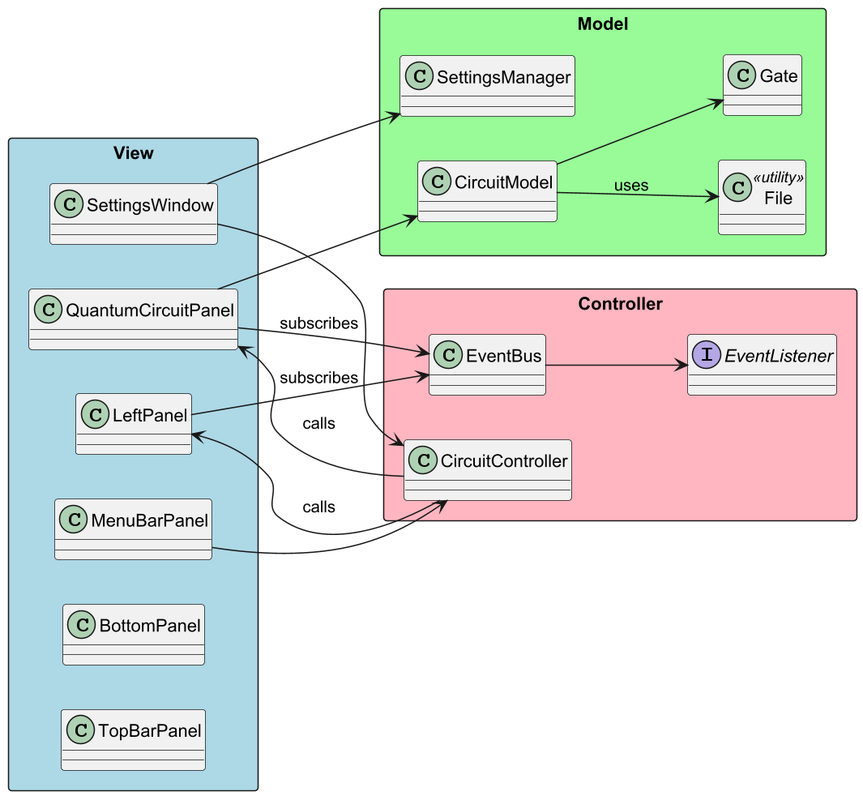
Before: a3_uml/UML.png, a diagram exported from PlantUML (jSubbz/QCS). Source of this version:
```plantuml
@startuml
skinparam dpi 150
skinparam ArrowLinetype ortho
left to right direction

rectangle "View" #ADD8E6 {
  class QuantumCircuitPanel
  class LeftPanel
  class SettingsWindow
  class MenuBarPanel
  class BottomPanel
  class TopBarPanel
}

rectangle "Model" #98FB98 {
  class CircuitModel
  class Gate
  class SettingsManager
  class File <<utility>>
}

rectangle "Controller" #FFB6C1 {
  class CircuitController
  class EventBus
  interface EventListener
}

QuantumCircuitPanel --> EventBus : subscribes
LeftPanel --> EventBus : subscribes
SettingsWindow --> SettingsManager
QuantumCircuitPanel --> CircuitModel
CircuitModel --> Gate
CircuitModel --> File : uses
CircuitController --> QuantumCircuitPanel : calls
CircuitController --> LeftPanel : calls
MenuBarPanel --> CircuitController
SettingsWindow --> CircuitController
EventBus --> EventListener

@enduml
```
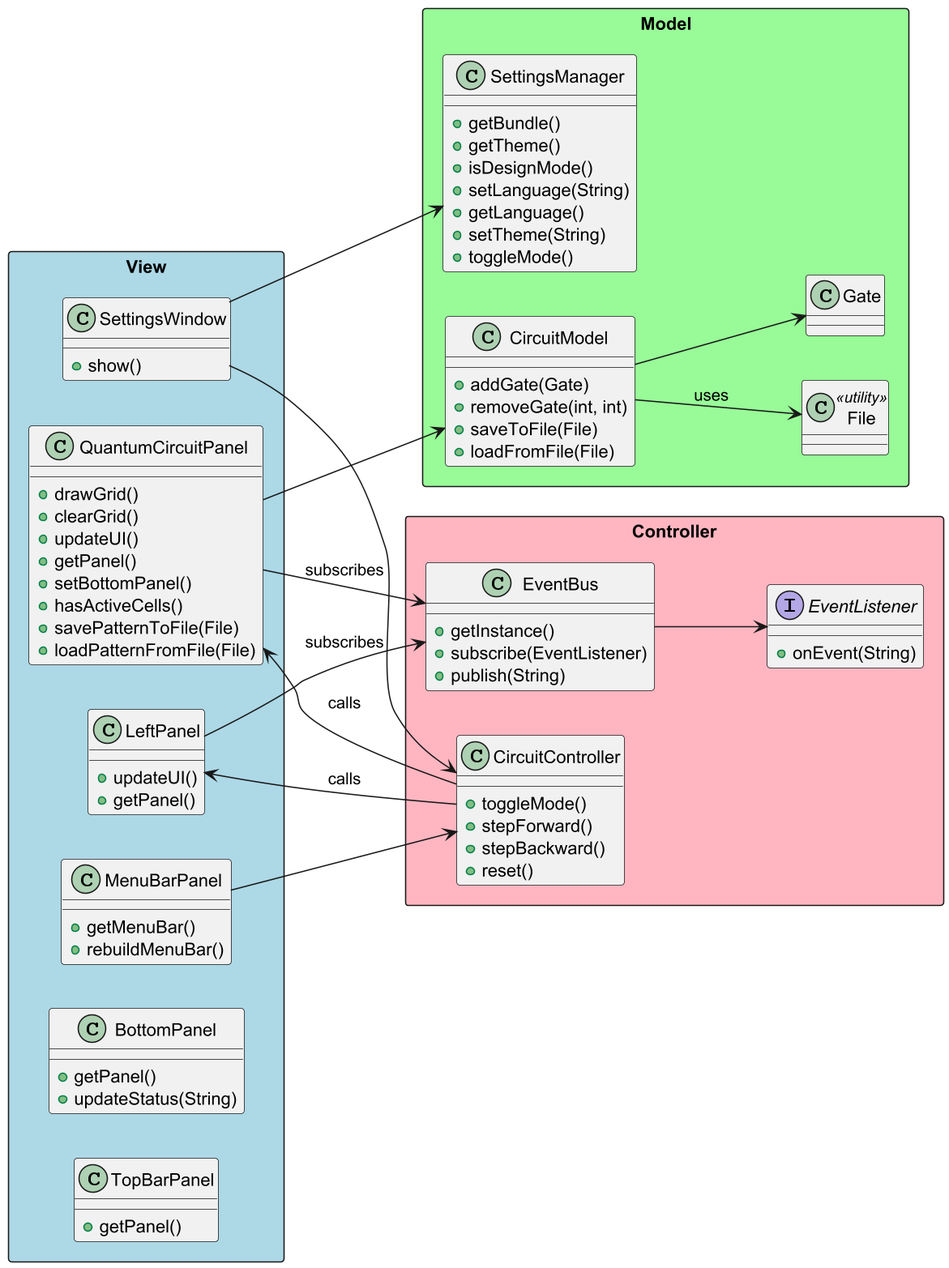
The same file after the commit.

Diff of the diagram source:
```diff
@@ -4,25 +4,81 @@
 left to right direction
 
 rectangle "View" #ADD8E6 {
-  class QuantumCircuitPanel
-  class LeftPanel
-  class SettingsWindow
-  class MenuBarPanel
-  class BottomPanel
-  class TopBarPanel
+  class QuantumCircuitPanel {
+    + drawGrid()
+    + clearGrid()
+    + updateUI()
+    + getPanel()
+    + setBottomPanel()
+    + hasActiveCells()
+    + savePatternToFile(File)
+    + loadPatternFromFile(File)
+  }
+
+  class LeftPanel {
+    + updateUI()
+    + getPanel()
+  }
+
+  class SettingsWindow {
+    + show()
+  }
+
+  class MenuBarPanel {
+    + getMenuBar()
+    + rebuildMenuBar()
+  }
+
+  class BottomPanel {
+    + getPanel()
+    + updateStatus(String)
+  }
+
+  class TopBarPanel {
+    + getPanel()
+  }
 }
 
 rectangle "Model" #98FB98 {
-  class CircuitModel
+  class CircuitModel {
+    + addGate(Gate)
+    + removeGate(int, int)
+    + saveToFile(File)
+    + loadFromFile(File)
+  }
+
   class Gate
-  class SettingsManager
+
+  class SettingsManager {
+    + getBundle()
+    + getTheme()
+    + isDesignMode()
+    + setLanguage(String)
+    + getLanguage()
+    + setTheme(String)
+    + toggleMode()
+  }
+
   class File <<utility>>
 }
 
 rectangle "Controller" #FFB6C1 {
-  class CircuitController
-  class EventBus
-  interface EventListener
+  class CircuitController {
+    + toggleMode()
+    + stepForward()
+    + stepBackward()
+    + reset()
+  }
+
+  class EventBus {
+    + getInstance()
+    + subscribe(EventListener)
+    + publish(String)
+  }
+
+  interface EventListener {
+    + onEvent(String)
+  }
 }
 
 QuantumCircuitPanel --> EventBus : subscribes
```
